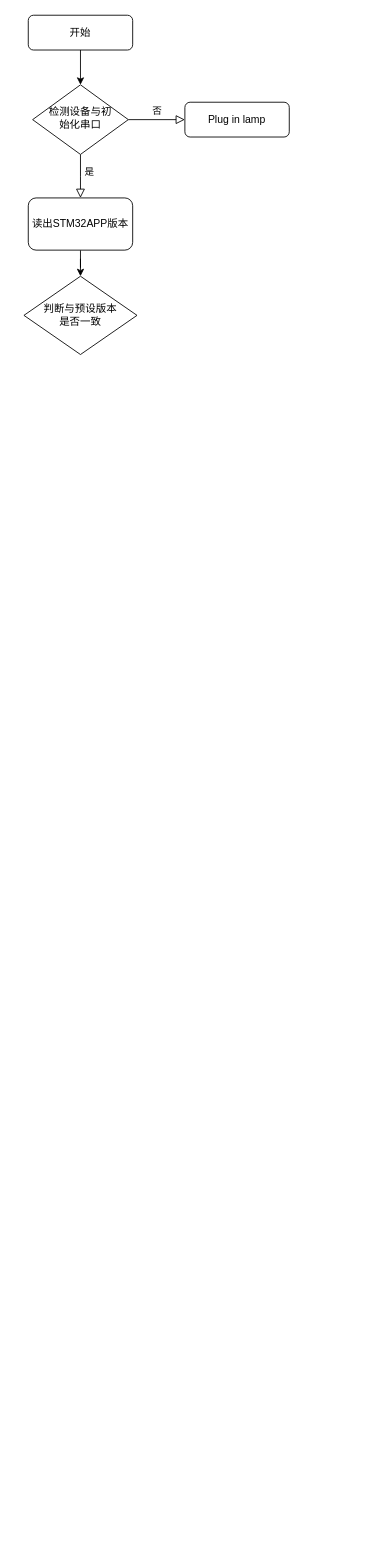
Before: 未命名绘图.drawio in wly519092303/-, a draw.io diagram. Source tidied: cells renumbered, new cells numbered last; positions are measured from the earlier drawing's top-left corner, leaving out a move shared by most shapes. Both pictures are drawn from the tidied source at 87%, with x=0, y=0 at pixel (23, 15).
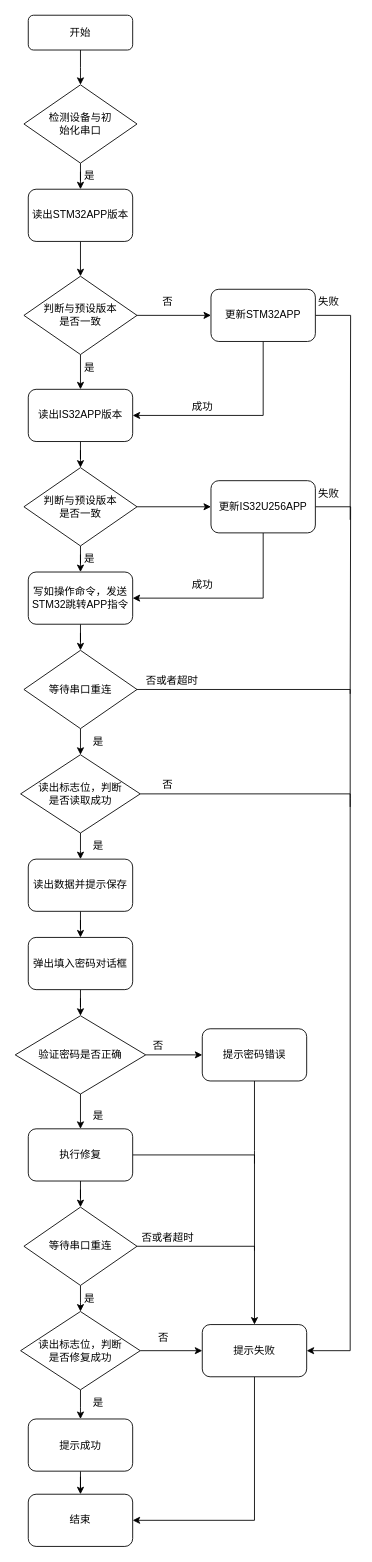
Above is the later version.

Commit message (it also covers changes not shown here):
更新未命名绘图.drawio

The change refers to these unchanged cells:
```xml
<mxCell id="3" value="开始" style="rounded=1;whiteSpace=wrap;html=1;fontSize=12;glass=0;strokeWidth=1;shadow=0;" parent="1" vertex="1">
  <mxGeometry x="5" width="120" height="40" as="geometry" />
</mxCell>
```

The edit, as a diff of the source:
```diff
@@
-    <mxCell id="2" style="edgeStyle=orthogonalEdgeStyle;rounded=0;jettySize=auto;html=1;" parent="1" edge="1" source="3" target="6">
-      <mxGeometry relative="1" as="geometry" />
+    <mxCell id="2" style="edgeStyle=orthogonalEdgeStyle;rounded=0;jettySize=auto;html=1;" parent="1" edge="1" source="3">
+      <mxGeometry relative="1" as="geometry">
+        <mxPoint x="65" y="80" as="targetPoint" />
+      </mxGeometry>
     </mxCell>
@@
-    <mxCell id="4" value="是" style="rounded=0;html=1;jettySize=auto;fontSize=11;endArrow=block;endFill=0;endSize=8;strokeWidth=1;shadow=0;labelBackgroundColor=none;edgeStyle=orthogonalEdgeStyle;" parent="1" edge="1" source="6">
-      <mxGeometry x="-0.2" y="10" relative="1" as="geometry">
-        <mxPoint x="65" y="210" as="targetPoint" />
-      </mxGeometry>
-    </mxCell>
-    <mxCell id="5" value="否" style="edgeStyle=orthogonalEdgeStyle;rounded=0;html=1;jettySize=auto;fontSize=11;endArrow=block;endFill=0;endSize=8;strokeWidth=1;shadow=0;labelBackgroundColor=none;" parent="1" edge="1" source="6" target="7">
-      <mxGeometry y="10" relative="1" as="geometry" />
-    </mxCell>
+    <mxCell id="8" style="edgeStyle=orthogonalEdgeStyle;rounded=0;jettySize=auto;html=1;" parent="1" edge="1" source="9" target="10">
+      <mxGeometry relative="1" as="geometry" />
+    </mxCell>
+    <mxCell id="11" style="edgeStyle=orthogonalEdgeStyle;rounded=0;jettySize=auto;html=1;" parent="1" edge="1" source="10" target="16">
+      <mxGeometry relative="1" as="geometry" />
+    </mxCell>
+    <mxCell id="12" style="edgeStyle=orthogonalEdgeStyle;rounded=0;jettySize=auto;html=1;endArrow=classic;endFill=1;" parent="1" edge="1" source="10" target="64">
+      <mxGeometry relative="1" as="geometry" />
+    </mxCell>
+    <mxCell id="10" value="判断与预设版本&lt;br&gt;是否一致" style="rhombus;whiteSpace=wrap;html=1;direction=south;" parent="1" vertex="1">
+      <mxGeometry y="300" width="130" height="90" as="geometry" />
+    </mxCell>
+    <mxCell id="13" value="是" style="text;html=1;align=center;verticalAlign=middle;strokeColor=none;fillColor=none;" parent="1" vertex="1">
+      <mxGeometry x="55" y="170" width="40" height="30" as="geometry" />
+    </mxCell>
+    <mxCell id="9" value="读出STM32APP版本" style="rounded=1;whiteSpace=wrap;html=1;" parent="1" vertex="1">
+      <mxGeometry x="5" y="200" width="120" height="60" as="geometry" />
+    </mxCell>
+    <mxCell id="14" style="edgeStyle=orthogonalEdgeStyle;rounded=0;jettySize=auto;html=1;" parent="1" edge="1" source="6" target="9">
+      <mxGeometry relative="1" as="geometry" />
+    </mxCell>
-    <mxCell id="6" value="检测设备与初&lt;br&gt;始化串口" style="rhombus;whiteSpace=wrap;html=1;shadow=0;fontFamily=Helvetica;fontSize=12;align=center;strokeWidth=1;spacing=6;spacingTop=-4;" parent="1" vertex="1">
-      <mxGeometry x="10" y="80" width="110" height="80" as="geometry" />
+    <mxCell id="6" value="检测设备与初&lt;br&gt;始化串口" style="rhombus;whiteSpace=wrap;html=1;" parent="1" vertex="1">
+      <mxGeometry y="80" width="130" height="90" as="geometry" />
     </mxCell>
-    <mxCell id="7" value="Plug in lamp" style="rounded=1;whiteSpace=wrap;html=1;fontSize=12;glass=0;strokeWidth=1;shadow=0;" parent="1" vertex="1">
-      <mxGeometry x="185" y="100" width="120" height="40" as="geometry" />
-    </mxCell>
-    <mxCell id="8" style="edgeStyle=orthogonalEdgeStyle;rounded=0;jettySize=auto;html=1;" parent="1" edge="1" source="9" target="10">
-      <mxGeometry relative="1" as="geometry" />
-    </mxCell>
-    <mxCell id="9" value="读出STM32APP版本" style="rounded=1;whiteSpace=wrap;html=1;" parent="1" vertex="1">
-      <mxGeometry x="5" y="210" width="120" height="60" as="geometry" />
-    </mxCell>
-    <mxCell id="10" value="判断与预设版本&lt;br&gt;是否一致" style="rhombus;whiteSpace=wrap;html=1;direction=south;" parent="1" vertex="1">
-      <mxGeometry y="300" width="130" height="90" as="geometry" />
-    </mxCell>
+    <mxCell id="15" style="edgeStyle=orthogonalEdgeStyle;rounded=0;jettySize=auto;html=1;" parent="1" edge="1" source="16" target="20">
+      <mxGeometry relative="1" as="geometry" />
+    </mxCell>
+    <mxCell id="16" value="读出IS32APP版本" style="rounded=1;whiteSpace=wrap;html=1;" parent="1" vertex="1">
+      <mxGeometry x="5" y="430" width="120" height="60" as="geometry" />
+    </mxCell>
+    <mxCell id="17" value="是" style="text;html=1;align=center;verticalAlign=middle;strokeColor=none;fillColor=none;" parent="1" vertex="1">
+      <mxGeometry x="55" y="390" width="40" height="30" as="geometry" />
+    </mxCell>
+    <mxCell id="18" style="edgeStyle=orthogonalEdgeStyle;rounded=0;jettySize=auto;html=1;" parent="1" edge="1" source="20" target="23">
+      <mxGeometry relative="1" as="geometry" />
+    </mxCell>
+    <mxCell id="19" style="edgeStyle=orthogonalEdgeStyle;rounded=0;jettySize=auto;html=1;endArrow=classic;endFill=1;" parent="1" edge="1" source="20" target="68">
+      <mxGeometry relative="1" as="geometry" />
+    </mxCell>
+    <mxCell id="20" value="判断与预设版本&lt;br&gt;是否一致" style="rhombus;whiteSpace=wrap;html=1;direction=south;" parent="1" vertex="1">
+      <mxGeometry y="520" width="130" height="90" as="geometry" />
+    </mxCell>
+    <mxCell id="21" value="是" style="text;html=1;align=center;verticalAlign=middle;strokeColor=none;fillColor=none;" parent="1" vertex="1">
+      <mxGeometry x="55" y="610" width="40" height="30" as="geometry" />
+    </mxCell>
+    <mxCell id="22" style="edgeStyle=orthogonalEdgeStyle;rounded=0;jettySize=auto;html=1;" parent="1" edge="1" source="23" target="26">
+      <mxGeometry relative="1" as="geometry" />
+    </mxCell>
+    <mxCell id="23" value="写如操作命令，发送STM32跳转APP指令" style="rounded=1;whiteSpace=wrap;html=1;" parent="1" vertex="1">
+      <mxGeometry x="5" y="640" width="120" height="60" as="geometry" />
+    </mxCell>
+    <mxCell id="24" style="edgeStyle=orthogonalEdgeStyle;rounded=0;jettySize=auto;html=1;" parent="1" edge="1" source="26" target="43">
+      <mxGeometry relative="1" as="geometry" />
+    </mxCell>
+    <mxCell id="25" style="edgeStyle=orthogonalEdgeStyle;rounded=0;jettySize=auto;html=1;endArrow=none;endFill=0;" parent="1" edge="1" source="26">
+      <mxGeometry relative="1" as="geometry">
+        <mxPoint x="375" y="910" as="targetPoint" />
+        <Array as="points">
+          <mxPoint x="375" y="775" />
+          <mxPoint x="375" y="900" />
+        </Array>
+      </mxGeometry>
+    </mxCell>
+    <mxCell id="26" value="等待串口重连" style="rhombus;whiteSpace=wrap;html=1;direction=south;" parent="1" vertex="1">
+      <mxGeometry y="730" width="130" height="90" as="geometry" />
+    </mxCell>
+    <mxCell id="27" style="edgeStyle=orthogonalEdgeStyle;rounded=0;jettySize=auto;html=1;" parent="1" edge="1" source="28" target="31">
+      <mxGeometry relative="1" as="geometry" />
+    </mxCell>
+    <mxCell id="28" value="读出数据并提示保存" style="rounded=1;whiteSpace=wrap;html=1;" parent="1" vertex="1">
+      <mxGeometry x="5" y="970" width="120" height="60" as="geometry" />
+    </mxCell>
+    <mxCell id="29" value="是" style="text;html=1;align=center;verticalAlign=middle;strokeColor=none;fillColor=none;" parent="1" vertex="1">
+      <mxGeometry x="65" y="820" width="40" height="30" as="geometry" />
+    </mxCell>
+    <mxCell id="30" style="edgeStyle=orthogonalEdgeStyle;rounded=0;jettySize=auto;html=1;" parent="1" edge="1" source="31" target="34">
+      <mxGeometry relative="1" as="geometry" />
+    </mxCell>
+    <mxCell id="31" value="弹出填入密码对话框" style="rounded=1;whiteSpace=wrap;html=1;" parent="1" vertex="1">
+      <mxGeometry x="5" y="1060" width="120" height="60" as="geometry" />
+    </mxCell>
+    <mxCell id="32" style="edgeStyle=orthogonalEdgeStyle;rounded=0;jettySize=auto;html=1;" parent="1" edge="1" source="34" target="37">
+      <mxGeometry relative="1" as="geometry" />
+    </mxCell>
+    <mxCell id="33" style="edgeStyle=orthogonalEdgeStyle;rounded=0;jettySize=auto;html=1;endArrow=classic;endFill=1;entryX=0;entryY=0.5;entryDx=0;entryDy=0;" parent="1" edge="1" source="34" target="60">
+      <mxGeometry relative="1" as="geometry" />
+    </mxCell>
+    <mxCell id="34" value="验证密码是否正确" style="rhombus;whiteSpace=wrap;html=1;" parent="1" vertex="1">
+      <mxGeometry x="-10" y="1150" width="150" height="90" as="geometry" />
+    </mxCell>
+    <mxCell id="35" style="edgeStyle=orthogonalEdgeStyle;rounded=0;jettySize=auto;html=1;" parent="1" edge="1" source="37" target="40">
+      <mxGeometry relative="1" as="geometry" />
+    </mxCell>
+    <mxCell id="36" style="edgeStyle=orthogonalEdgeStyle;rounded=0;jettySize=auto;html=1;endArrow=none;endFill=0;" parent="1" edge="1" source="37">
+      <mxGeometry relative="1" as="geometry">
+        <mxPoint x="265" y="1420" as="targetPoint" />
+        <Array as="points">
+          <mxPoint x="265" y="1310" />
+        </Array>
+      </mxGeometry>
+    </mxCell>
+    <mxCell id="37" value="执行修复" style="rounded=1;whiteSpace=wrap;html=1;" parent="1" vertex="1">
+      <mxGeometry x="5" y="1280" width="120" height="60" as="geometry" />
+    </mxCell>
+    <mxCell id="38" style="edgeStyle=orthogonalEdgeStyle;rounded=0;jettySize=auto;html=1;" parent="1" edge="1" source="40" target="48">
+      <mxGeometry relative="1" as="geometry" />
+    </mxCell>
+    <mxCell id="39" style="edgeStyle=orthogonalEdgeStyle;rounded=0;jettySize=auto;html=1;entryX=0.5;entryY=0;entryDx=0;entryDy=0;" parent="1" edge="1" source="40" target="50">
+      <mxGeometry relative="1" as="geometry">
+        <Array as="points">
+          <mxPoint x="265" y="1415" />
+        </Array>
+      </mxGeometry>
+    </mxCell>
+    <mxCell id="40" value="等待串口重连" style="rhombus;whiteSpace=wrap;html=1;direction=south;" parent="1" vertex="1">
+      <mxGeometry y="1370" width="130" height="90" as="geometry" />
+    </mxCell>
+    <mxCell id="41" style="edgeStyle=orthogonalEdgeStyle;rounded=0;jettySize=auto;html=1;" parent="1" edge="1" source="43" target="28">
+      <mxGeometry relative="1" as="geometry" />
+    </mxCell>
+    <mxCell id="42" style="edgeStyle=orthogonalEdgeStyle;rounded=0;jettySize=auto;html=1;endArrow=classic;endFill=1;entryX=1;entryY=0.5;entryDx=0;entryDy=0;" parent="1" edge="1" source="43" target="50">
+      <mxGeometry relative="1" as="geometry">
+        <Array as="points">
+          <mxPoint x="375" y="895" />
+          <mxPoint x="375" y="1535" />
+        </Array>
+      </mxGeometry>
+    </mxCell>
+    <mxCell id="43" value="读出标志位，判断&lt;br&gt;是否读取成功" style="rhombus;whiteSpace=wrap;html=1;" parent="1" vertex="1">
+      <mxGeometry x="-3.8" y="850" width="137.5" height="90" as="geometry" />
+    </mxCell>
+    <mxCell id="44" value="是" style="text;html=1;align=center;verticalAlign=middle;strokeColor=none;fillColor=none;" parent="1" vertex="1">
+      <mxGeometry x="65" y="940" width="40" height="30" as="geometry" />
+    </mxCell>
+    <mxCell id="45" value="是" style="text;html=1;align=center;verticalAlign=middle;strokeColor=none;fillColor=none;" parent="1" vertex="1">
+      <mxGeometry x="65" y="1250" width="40" height="30" as="geometry" />
+    </mxCell>
+    <mxCell id="46" style="edgeStyle=orthogonalEdgeStyle;rounded=0;jettySize=auto;html=1;" parent="1" edge="1" source="48" target="50">
+      <mxGeometry relative="1" as="geometry" />
+    </mxCell>
+    <mxCell id="47" style="edgeStyle=orthogonalEdgeStyle;rounded=0;jettySize=auto;html=1;" parent="1" edge="1" source="48" target="52">
+      <mxGeometry relative="1" as="geometry" />
+    </mxCell>
+    <mxCell id="48" value="读出标志位，判断&lt;br&gt;是否修复成功" style="rhombus;whiteSpace=wrap;html=1;" parent="1" vertex="1">
+      <mxGeometry x="-3.8" y="1490" width="137.5" height="90" as="geometry" />
+    </mxCell>
+    <mxCell id="49" style="edgeStyle=orthogonalEdgeStyle;rounded=0;jettySize=auto;html=1;" parent="1" edge="1" source="50" target="53">
+      <mxGeometry relative="1" as="geometry">
+        <Array as="points">
+          <mxPoint x="265" y="1730" />
+        </Array>
+      </mxGeometry>
+    </mxCell>
+    <mxCell id="50" value="提示失败" style="rounded=1;whiteSpace=wrap;html=1;" parent="1" vertex="1">
+      <mxGeometry x="205" y="1505" width="120" height="60" as="geometry" />
+    </mxCell>
+    <mxCell id="51" style="edgeStyle=orthogonalEdgeStyle;rounded=0;jettySize=auto;html=1;" parent="1" edge="1" source="52" target="53">
+      <mxGeometry relative="1" as="geometry" />
+    </mxCell>
+    <mxCell id="52" value="提示成功" style="rounded=1;whiteSpace=wrap;html=1;" parent="1" vertex="1">
+      <mxGeometry x="5" y="1613.5" width="120" height="60" as="geometry" />
+    </mxCell>
+    <mxCell id="53" value="结束" style="rounded=1;whiteSpace=wrap;html=1;" parent="1" vertex="1">
+      <mxGeometry x="5" y="1700" width="120" height="60" as="geometry" />
+    </mxCell>
+    <mxCell id="54" value="是" style="text;html=1;align=center;verticalAlign=middle;strokeColor=none;fillColor=none;" parent="1" vertex="1">
+      <mxGeometry x="55" y="1460" width="40" height="30" as="geometry" />
+    </mxCell>
+    <mxCell id="55" value="是" style="text;html=1;align=center;verticalAlign=middle;strokeColor=none;fillColor=none;" parent="1" vertex="1">
+      <mxGeometry x="65" y="1580" width="40" height="30" as="geometry" />
+    </mxCell>
+    <mxCell id="56" value="否" style="text;html=1;align=center;verticalAlign=middle;strokeColor=none;fillColor=none;" parent="1" vertex="1">
+      <mxGeometry x="140" y="1505" width="40" height="30" as="geometry" />
+    </mxCell>
+    <mxCell id="57" value="否或者超时" style="text;html=1;align=center;verticalAlign=middle;strokeColor=none;fillColor=none;" parent="1" vertex="1">
+      <mxGeometry x="125" y="1390" width="80" height="30" as="geometry" />
+    </mxCell>
+    <mxCell id="58" value="否" style="text;html=1;align=center;verticalAlign=middle;strokeColor=none;fillColor=none;" parent="1" vertex="1">
+      <mxGeometry x="133.8" y="1170" width="40" height="30" as="geometry" />
+    </mxCell>
+    <mxCell id="59" style="edgeStyle=orthogonalEdgeStyle;rounded=0;jettySize=auto;html=1;endArrow=none;endFill=0;" parent="1" edge="1" source="60">
+      <mxGeometry relative="1" as="geometry">
+        <mxPoint x="265" y="1320" as="targetPoint" />
+        <Array as="points">
+          <mxPoint x="265" y="1305" />
+        </Array>
+      </mxGeometry>
+    </mxCell>
+    <mxCell id="60" value="提示密码错误" style="rounded=1;whiteSpace=wrap;html=1;" parent="1" vertex="1">
+      <mxGeometry x="205" y="1165" width="120" height="60" as="geometry" />
+    </mxCell>
+    <mxCell id="61" value="否" style="text;html=1;align=center;verticalAlign=middle;strokeColor=none;fillColor=none;" parent="1" vertex="1">
+      <mxGeometry x="145" y="870" width="40" height="30" as="geometry" />
+    </mxCell>
+    <mxCell id="62" style="edgeStyle=orthogonalEdgeStyle;rounded=0;jettySize=auto;html=1;endArrow=classic;endFill=1;entryX=1;entryY=0.5;entryDx=0;entryDy=0;exitX=0.5;exitY=1;exitDx=0;exitDy=0;" parent="1" edge="1" source="64" target="16">
+      <mxGeometry relative="1" as="geometry">
+        <Array as="points">
+          <mxPoint x="275" y="460" />
+        </Array>
+      </mxGeometry>
+    </mxCell>
+    <mxCell id="63" style="edgeStyle=orthogonalEdgeStyle;rounded=0;jettySize=auto;html=1;endArrow=none;endFill=0;" parent="1" edge="1" source="64">
+      <mxGeometry relative="1" as="geometry">
+        <mxPoint x="375" y="580" as="targetPoint" />
+      </mxGeometry>
+    </mxCell>
+    <mxCell id="64" value="更新STM32APP" style="rounded=1;whiteSpace=wrap;html=1;" parent="1" vertex="1">
+      <mxGeometry x="215" y="315" width="120" height="60" as="geometry" />
+    </mxCell>
+    <mxCell id="65" value="否" style="text;html=1;align=center;verticalAlign=middle;strokeColor=none;fillColor=none;" parent="1" vertex="1">
+      <mxGeometry x="145" y="315" width="40" height="30" as="geometry" />
+    </mxCell>
+    <mxCell id="66" style="edgeStyle=orthogonalEdgeStyle;rounded=0;jettySize=auto;html=1;endArrow=classic;endFill=1;entryX=1;entryY=0.5;entryDx=0;entryDy=0;" parent="1" edge="1" source="68" target="23">
+      <mxGeometry relative="1" as="geometry">
+        <Array as="points">
+          <mxPoint x="275" y="670" />
+        </Array>
+      </mxGeometry>
+    </mxCell>
+    <mxCell id="67" style="edgeStyle=orthogonalEdgeStyle;rounded=0;jettySize=auto;html=1;endArrow=none;endFill=0;" parent="1" edge="1" source="68">
+      <mxGeometry relative="1" as="geometry">
+        <mxPoint x="375" y="780" as="targetPoint" />
+      </mxGeometry>
+    </mxCell>
+    <mxCell id="68" value="更新IS32U256APP" style="rounded=1;whiteSpace=wrap;html=1;" parent="1" vertex="1">
+      <mxGeometry x="215" y="535" width="120" height="60" as="geometry" />
+    </mxCell>
+    <mxCell id="69" value="否或者超时" style="text;html=1;align=center;verticalAlign=middle;strokeColor=none;fillColor=none;" parent="1" vertex="1">
+      <mxGeometry x="130" y="750" width="80" height="30" as="geometry" />
+    </mxCell>
+    <mxCell id="70" value="成功" style="text;html=1;align=center;verticalAlign=middle;strokeColor=none;fillColor=none;" parent="1" vertex="1">
+      <mxGeometry x="180" y="435" width="50" height="30" as="geometry" />
+    </mxCell>
+    <mxCell id="71" value="成功" style="text;html=1;align=center;verticalAlign=middle;strokeColor=none;fillColor=none;" parent="1" vertex="1">
+      <mxGeometry x="180" y="640" width="50" height="30" as="geometry" />
+    </mxCell>
+    <mxCell id="72" value="失败" style="text;html=1;align=center;verticalAlign=middle;strokeColor=none;fillColor=none;" parent="1" vertex="1">
+      <mxGeometry x="325" y="315" width="50" height="30" as="geometry" />
+    </mxCell>
+    <mxCell id="73" value="失败" style="text;html=1;align=center;verticalAlign=middle;strokeColor=none;fillColor=none;" parent="1" vertex="1">
+      <mxGeometry x="325" y="535" width="50" height="30" as="geometry" />
+    </mxCell>
```
